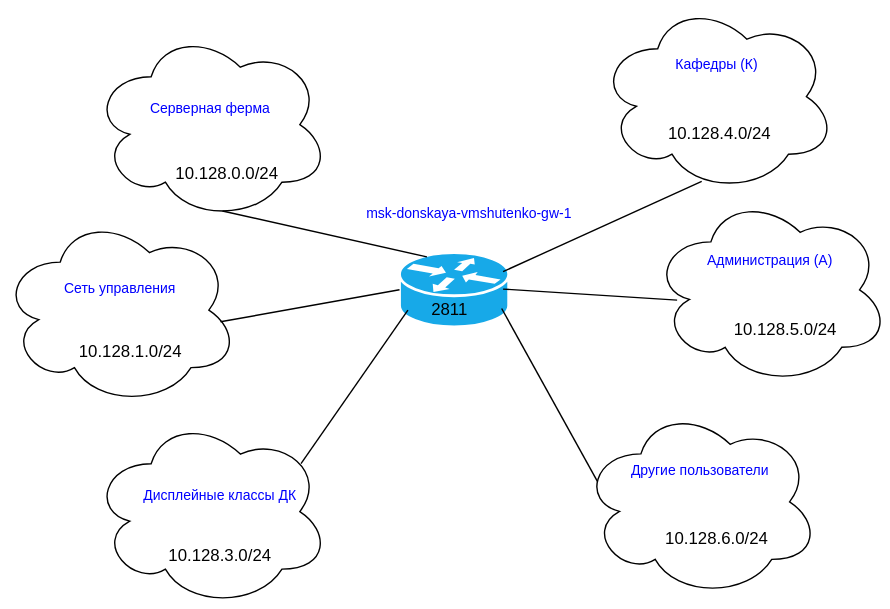
Earlier version of the draw.io export Схема маршрутизации сети (Layer 3).svg (shutenkovika/administration-of-local-networks). Source tidied: cells renumbered, new cells last; positions are measured from the earlier drawing's top-left corner, leaving out a move shared by most shapes. Source of this version:
```xml
<mxGraphModel background="#ffffff">
  <root>
    <mxCell id="0" />
    <mxCell id="1" parent="0" />
    <mxCell id="2" style="ellipse;shape=cloud;whiteSpace=wrap;html=1;fillColor=#FFFFFF;" parent="1" vertex="1">
      <mxGeometry x="65" y="296.5" width="170" height="137" as="geometry" />
    </mxCell>
    <mxCell id="3" style="ellipse;shape=cloud;whiteSpace=wrap;html=1;fillColor=#FFFFFF;" parent="1" vertex="1">
      <mxGeometry y="152.5" width="170" height="137" as="geometry" />
    </mxCell>
    <mxCell id="4" style="ellipse;shape=cloud;whiteSpace=wrap;html=1;fillColor=#FFFFFF;" parent="1" vertex="1">
      <mxGeometry x="65" y="20" width="170" height="137" as="geometry" />
    </mxCell>
    <mxCell id="5" style="ellipse;shape=cloud;whiteSpace=wrap;html=1;fillColor=#FFFFFF;" parent="1" vertex="1">
      <mxGeometry x="427" width="170" height="137" as="geometry" />
    </mxCell>
    <mxCell id="6" style="ellipse;shape=cloud;whiteSpace=wrap;html=1;fillColor=#FFFFFF;" parent="1" vertex="1">
      <mxGeometry x="465" y="138" width="170" height="137" as="geometry" />
    </mxCell>
    <mxCell id="7" style="shape=mxgraph.cisco.routers.router;sketch=0;html=1;dashed=0;fillColor=#17A9E8;strokeColor=#ffffff;strokeWidth=2;verticalLabelPosition=bottom;verticalAlign=top;align=center;outlineConnect=0;" parent="1" vertex="1">
      <mxGeometry x="285" y="180" width="78" height="53" as="geometry" />
    </mxCell>
    <mxCell id="8" value="2811" style="text;html=1;strokeColor=none;fillColor=none;align=center;verticalAlign=middle;whiteSpace=wrap;rounded=0;" parent="1" vertex="1">
      <mxGeometry x="291" y="206" width="60" height="30" as="geometry" />
    </mxCell>
    <mxCell id="9" style="rounded=0;jettySize=auto;html=1;entryX=1;entryY=0.5;entryDx=0;entryDy=0;entryPerimeter=0;endArrow=none;endFill=0;exitX=0.435;exitY=0.942;exitDx=0;exitDy=0;exitPerimeter=0;" parent="1" edge="1" source="5">
      <mxGeometry relative="1" as="geometry">
        <mxPoint x="359" y="193.5" as="targetPoint" />
      </mxGeometry>
    </mxCell>
    <mxCell id="10" style="edgeStyle=none;rounded=0;jettySize=auto;html=1;endArrow=none;endFill=0;exitX=0.108;exitY=0.554;exitDx=0;exitDy=0;exitPerimeter=0;" parent="1" edge="1" source="6">
      <mxGeometry relative="1" as="geometry">
        <mxPoint x="359" y="206" as="targetPoint" />
      </mxGeometry>
    </mxCell>
    <mxCell id="11" style="edgeStyle=none;rounded=0;jettySize=auto;html=1;endArrow=none;endFill=0;exitX=0.07;exitY=0.4;exitDx=0;exitDy=0;exitPerimeter=0;" parent="1" edge="1" source="12">
      <mxGeometry relative="1" as="geometry">
        <mxPoint x="358" y="219.9" as="targetPoint" />
      </mxGeometry>
    </mxCell>
    <mxCell id="12" style="ellipse;shape=cloud;whiteSpace=wrap;html=1;fillColor=#FFFFFF;" parent="1" vertex="1">
      <mxGeometry x="415" y="289.5" width="170" height="137" as="geometry" />
    </mxCell>
    <mxCell id="13" style="edgeStyle=none;rounded=0;jettySize=auto;html=1;endArrow=none;endFill=0;exitX=0.55;exitY=0.95;exitDx=0;exitDy=0;exitPerimeter=0;" parent="1" edge="1" source="4">
      <mxGeometry relative="1" as="geometry">
        <mxPoint x="304.6" y="183" as="targetPoint" />
      </mxGeometry>
    </mxCell>
    <mxCell id="14" style="edgeStyle=none;rounded=0;jettySize=auto;html=1;entryX=0;entryY=0.5;entryDx=0;entryDy=0;entryPerimeter=0;endArrow=none;endFill=0;exitX=0.924;exitY=0.561;exitDx=0;exitDy=0;exitPerimeter=0;" parent="1" edge="1" source="3" target="7">
      <mxGeometry relative="1" as="geometry" />
    </mxCell>
    <mxCell id="15" style="edgeStyle=none;rounded=0;jettySize=auto;html=1;endArrow=none;endFill=0;entryX=0;entryY=0.5;entryDx=0;entryDy=0;exitX=0.88;exitY=0.25;exitDx=0;exitDy=0;exitPerimeter=0;" parent="1" edge="1" source="2" target="8">
      <mxGeometry relative="1" as="geometry" />
    </mxCell>
    <mxCell id="16" value="10.128.0.0/24" style="text;html=1;strokeColor=none;fillColor=none;align=center;verticalAlign=middle;whiteSpace=wrap;rounded=0;" parent="1" vertex="1">
      <mxGeometry x="125" y="108.5" width="74" height="30" as="geometry" />
    </mxCell>
    <mxCell id="17" value="&lt;font style=&quot;font-size: 10px&quot; color=&quot;#0000ff&quot;&gt;Серверная ферма&lt;/font&gt;" style="text;html=1;strokeColor=none;fillColor=none;align=center;verticalAlign=middle;whiteSpace=wrap;rounded=0;" parent="1" vertex="1">
      <mxGeometry x="90" y="62" width="120" height="30" as="geometry" />
    </mxCell>
    <mxCell id="18" value="&lt;font color=&quot;#0000ff&quot;&gt;&lt;span style=&quot;font-size: 10px&quot;&gt;Сеть управления&lt;/span&gt;&lt;/font&gt;" style="text;html=1;strokeColor=none;fillColor=none;align=center;verticalAlign=middle;whiteSpace=wrap;rounded=0;" parent="1" vertex="1">
      <mxGeometry x="22.5" y="190" width="125" height="30" as="geometry" />
    </mxCell>
    <mxCell id="19" value="&lt;font color=&quot;#0000ff&quot;&gt;&lt;span style=&quot;font-size: 10px&quot;&gt;Дисплейные классы ДК&lt;/span&gt;&lt;/font&gt;" style="text;html=1;strokeColor=none;fillColor=none;align=center;verticalAlign=middle;whiteSpace=wrap;rounded=0;" parent="1" vertex="1">
      <mxGeometry x="97" y="338.2" width="120" height="30" as="geometry" />
    </mxCell>
    <mxCell id="20" value="&lt;font color=&quot;#0000ff&quot;&gt;&lt;span style=&quot;font-size: 10px&quot;&gt;Кафедры (К)&lt;/span&gt;&lt;/font&gt;" style="text;html=1;strokeColor=none;fillColor=none;align=center;verticalAlign=middle;whiteSpace=wrap;rounded=0;" parent="1" vertex="1">
      <mxGeometry x="452" y="30" width="120" height="30" as="geometry" />
    </mxCell>
    <mxCell id="21" value="&lt;font color=&quot;#0000ff&quot;&gt;&lt;span style=&quot;font-size: 10px&quot;&gt;Администрация (А)&lt;/span&gt;&lt;/font&gt;" style="text;html=1;strokeColor=none;fillColor=none;align=center;verticalAlign=middle;whiteSpace=wrap;rounded=0;" parent="1" vertex="1">
      <mxGeometry x="490" y="170" width="120" height="30" as="geometry" />
    </mxCell>
    <mxCell id="22" value="&lt;font color=&quot;#0000ff&quot;&gt;&lt;span style=&quot;font-size: 10px&quot;&gt;Другие пользователи&lt;/span&gt;&lt;/font&gt;" style="text;html=1;strokeColor=none;fillColor=none;align=center;verticalAlign=middle;whiteSpace=wrap;rounded=0;" parent="1" vertex="1">
      <mxGeometry x="440" y="320" width="120" height="30" as="geometry" />
    </mxCell>
    <mxCell id="23" value="10.128.1.0/24" style="text;html=1;strokeColor=none;fillColor=none;align=center;verticalAlign=middle;whiteSpace=wrap;rounded=0;" parent="1" vertex="1">
      <mxGeometry x="56" y="236" width="74" height="30" as="geometry" />
    </mxCell>
    <mxCell id="24" value="10.128.3.0/24" style="text;html=1;strokeColor=none;fillColor=none;align=center;verticalAlign=middle;whiteSpace=wrap;rounded=0;" parent="1" vertex="1">
      <mxGeometry x="120" y="381.8" width="74" height="30" as="geometry" />
    </mxCell>
    <mxCell id="25" value="10.128.4&lt;span style=&quot;color: rgba(0 , 0 , 0 , 0) ; font-family: monospace ; font-size: 0px&quot;&gt;%3CmxGraphModel%3E%3Croot%3E%3CmxCell%20id%3D%220%22%2F%3E%3CmxCell%20id%3D%221%22%20parent%3D%220%22%2F%3E%3CmxCell%20id%3D%222%22%20value%3D%2210.128.0.0%2F24%22%20style%3D%22text%3Bhtml%3D1%3BstrokeColor%3Dnone%3BfillColor%3Dnone%3Balign%3Dcenter%3BverticalAlign%3Dmiddle%3BwhiteSpace%3Dwrap%3Brounded%3D0%3B%22%20vertex%3D%221%22%20parent%3D%221%22%3E%3CmxGeometry%20x%3D%22346%22%20y%3D%22370%22%20width%3D%2274%22%20height%3D%2230%22%20as%3D%22geometry%22%2F%3E%3C%2FmxCell%3E%3C%2Froot%3E%3C%2FmxGraphModel%3E&lt;/span&gt;.0/24" style="text;html=1;strokeColor=none;fillColor=none;align=center;verticalAlign=middle;whiteSpace=wrap;rounded=0;" parent="1" vertex="1">
      <mxGeometry x="456" y="80" width="116" height="30" as="geometry" />
    </mxCell>
    <mxCell id="26" value="10.128.5.0/24" style="text;html=1;strokeColor=none;fillColor=none;align=center;verticalAlign=middle;whiteSpace=wrap;rounded=0;" parent="1" vertex="1">
      <mxGeometry x="524" y="220" width="74" height="30" as="geometry" />
    </mxCell>
    <mxCell id="27" value="10.128.6.0/24" style="text;html=1;strokeColor=none;fillColor=none;align=center;verticalAlign=middle;whiteSpace=wrap;rounded=0;" parent="1" vertex="1">
      <mxGeometry x="475" y="370" width="74" height="30" as="geometry" />
    </mxCell>
    <mxCell id="28" value="&lt;font style=&quot;font-size: 10px&quot; color=&quot;#0000ff&quot;&gt;msk-donskaya-vmshutenko-gw-1&lt;/font&gt;" style="text;html=1;strokeColor=none;fillColor=none;align=center;verticalAlign=middle;whiteSpace=wrap;rounded=0;" parent="1" vertex="1">
      <mxGeometry x="255" y="137" width="160" height="30" as="geometry" />
    </mxCell>
  </root>
</mxGraphModel>
```
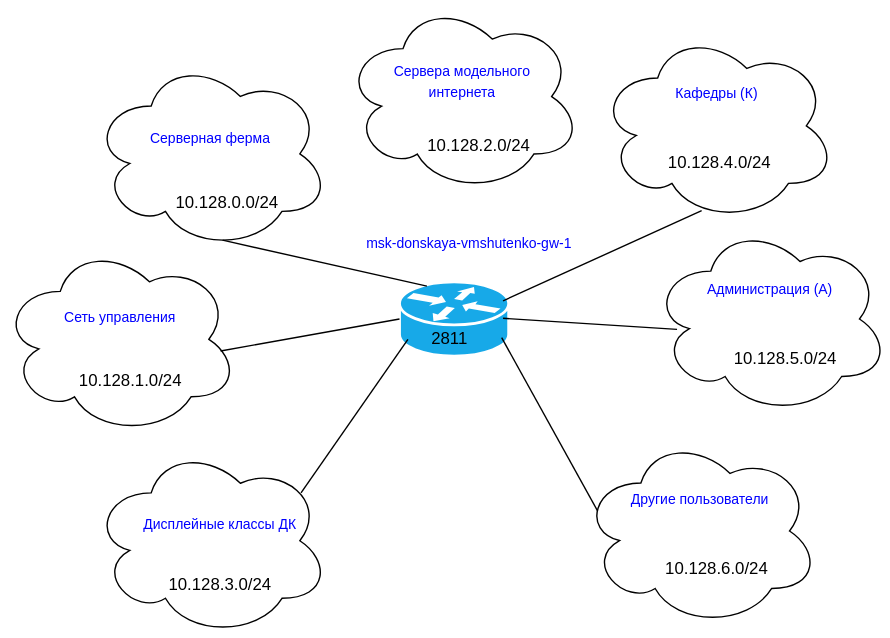
The same file after the commit.

Commit message:
Планирование NAT. Схема маршрутизации сети (Layer 3).svg

Diff of the diagram source:
```diff
@@ -91,5 +91,14 @@
     <mxCell id="28" value="&lt;font style=&quot;font-size: 10px&quot; color=&quot;#0000ff&quot;&gt;msk-donskaya-vmshutenko-gw-1&lt;/font&gt;" style="text;html=1;strokeColor=none;fillColor=none;align=center;verticalAlign=middle;whiteSpace=wrap;rounded=0;" parent="1" vertex="1">
       <mxGeometry x="255" y="137" width="160" height="30" as="geometry" />
     </mxCell>
+    <mxCell id="29" style="ellipse;shape=cloud;whiteSpace=wrap;html=1;fillColor=#FFFFFF;" parent="1" vertex="1">
+      <mxGeometry x="245" y="-21" width="170" height="137" as="geometry" />
+    </mxCell>
+    <mxCell id="30" value="10.128.2.0/24" style="text;html=1;strokeColor=none;fillColor=none;align=center;verticalAlign=middle;whiteSpace=wrap;rounded=0;" parent="1" vertex="1">
+      <mxGeometry x="305" y="67.5" width="74" height="30" as="geometry" />
+    </mxCell>
+    <mxCell id="31" value="&lt;font style=&quot;font-size: 10px&quot; color=&quot;#0000ff&quot;&gt;Сервера модельного интернета&lt;/font&gt;" style="text;html=1;strokeColor=none;fillColor=none;align=center;verticalAlign=middle;whiteSpace=wrap;rounded=0;" parent="1" vertex="1">
+      <mxGeometry x="270" y="21" width="120" height="30" as="geometry" />
+    </mxCell>
   </root>
 </mxGraphModel>
```
